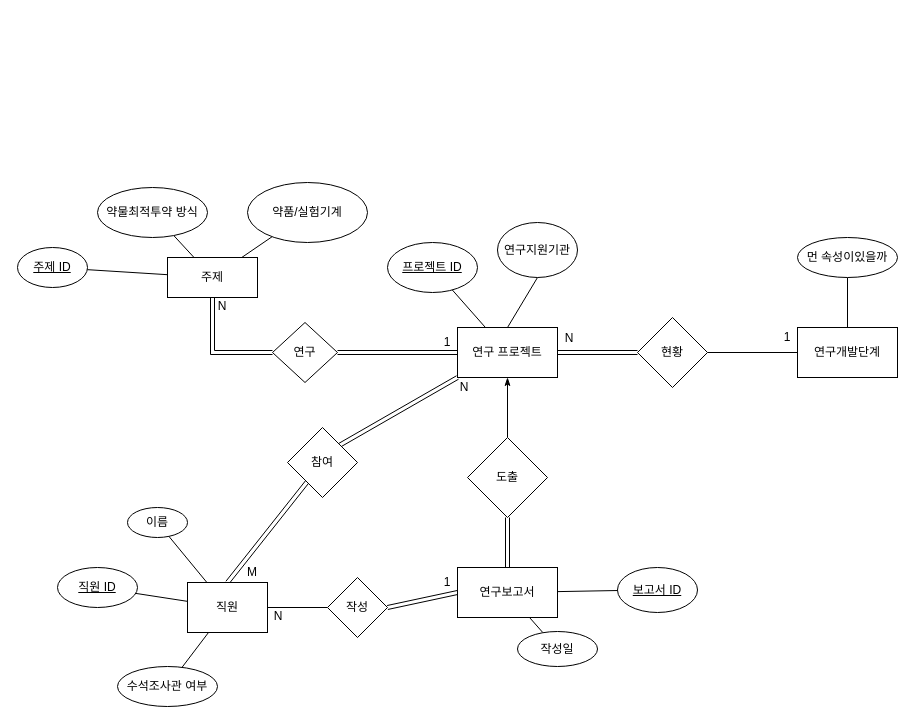
Earlier version of the draw.io diagram Project3.drawio (EarthlyZ9/database-proj3). Source tidied: cells renumbered, new cells numbered last; positions are measured from the earlier drawing's top-left corner, leaving out a move shared by most shapes. Both pictures are drawn from the tidied source at 100%, with x=0, y=0 at pixel (17, 182).
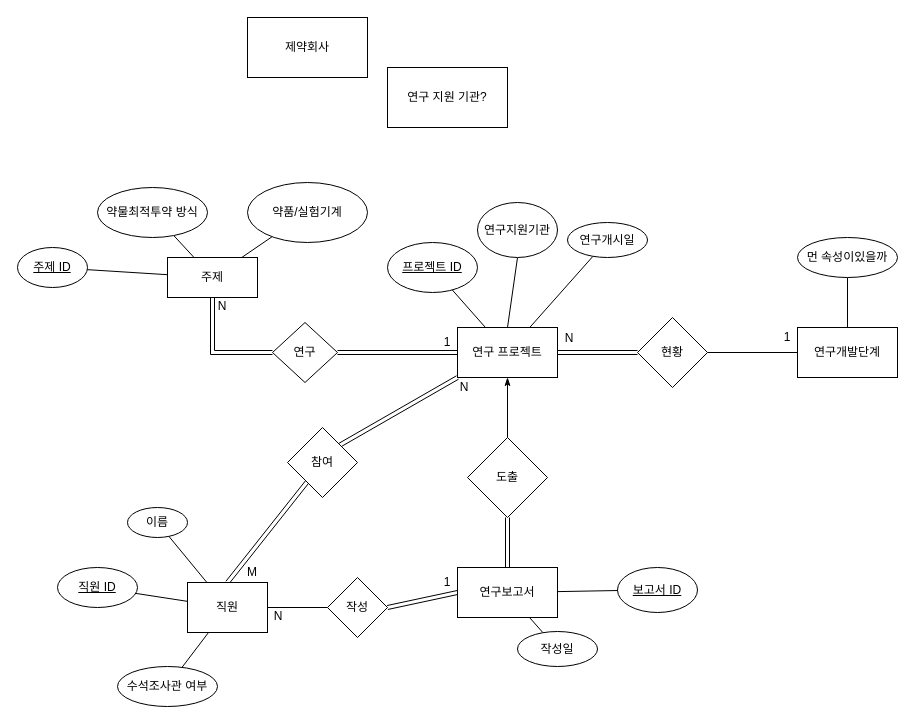
Above is the later version.

The change refers to these unchanged cells:
```xml
<mxCell id="6" value="연구 프로젝트" style="rounded=0;whiteSpace=wrap;html=1;" parent="1" vertex="1">
  <mxGeometry x="440" y="145" width="100" height="50" as="geometry" />
</mxCell>
```

Change to the diagram source:
```diff
@@
+    <mxCell id="53" style="edgeStyle=none;rounded=0;jettySize=auto;html=1;endArrow=none;endFill=0;" parent="1" edge="1" source="6" target="54">
+      <mxGeometry relative="1" as="geometry" />
+    </mxCell>
@@
     <mxCell id="7" value="연구지원기관" style="ellipse;whiteSpace=wrap;html=1;" parent="1" vertex="1">
-      <mxGeometry x="480" y="40" width="80" height="55" as="geometry" />
+      <mxGeometry x="460" y="20" width="80" height="55" as="geometry" />
     </mxCell>
@@
+    <mxCell id="54" value="연구개시일" style="ellipse;whiteSpace=wrap;html=1;rounded=0;" parent="1" vertex="1">
+      <mxGeometry x="550" y="40" width="80" height="35" as="geometry" />
+    </mxCell>
+    <mxCell id="55" value="연구 지원 기관?" style="rounded=0;whiteSpace=wrap;html=1;" parent="1" vertex="1">
+      <mxGeometry x="370" y="-115" width="120" height="60" as="geometry" />
+    </mxCell>
+    <mxCell id="56" value="제약회사" style="rounded=0;whiteSpace=wrap;html=1;" parent="1" vertex="1">
+      <mxGeometry x="230" y="-165" width="120" height="60" as="geometry" />
+    </mxCell>
```
